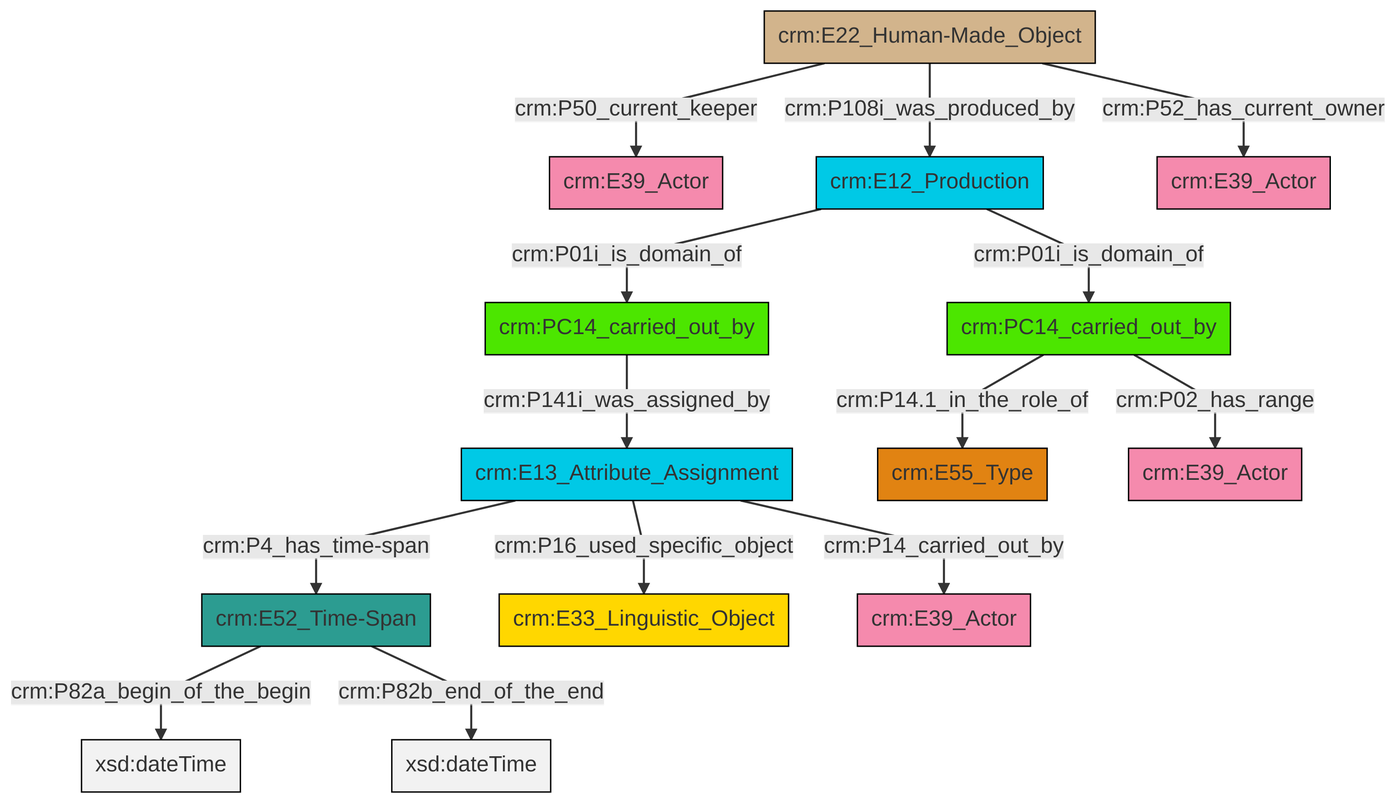
Before: et/carrierCSV/ttl/mmd/png/carrier_relations.png, a diagram exported from Mermaid (swiss-art-research-net/docs.swissartresearch). Its source is kept beside it as et/carrierCSV/ttl/mmd/carrier_relations.ttl.mmd.
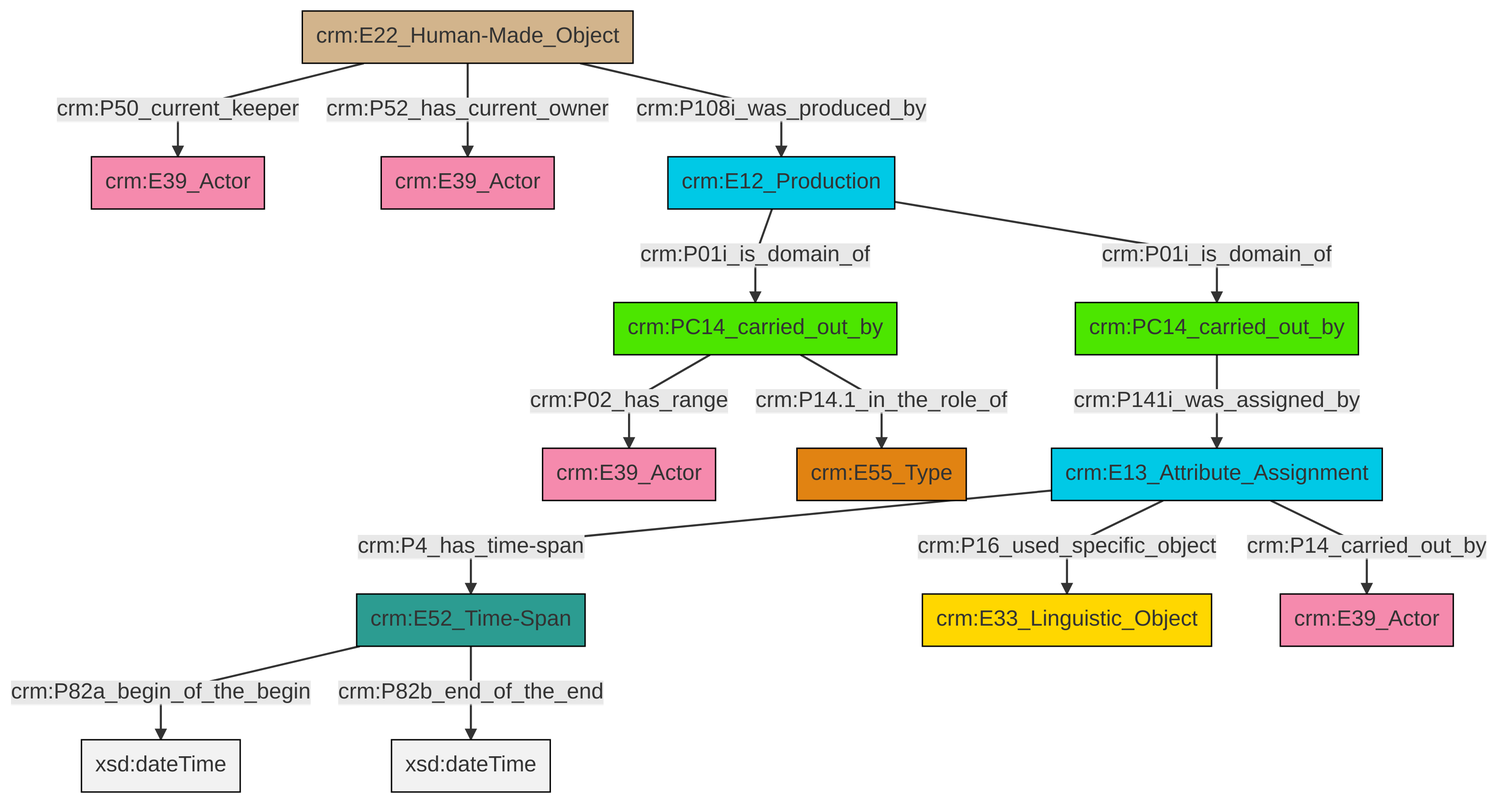
The same diagram one commit later.

What changed in the source:
```diff
@@ -13,16 +13,16 @@
 classDef PC_Classes fill:#4ce600, stroke:#000000;
 classDef Multi fill:#cccccc,stroke:#000000;
 
-2["crm:E52_Time-Span"]:::Time-Span -->|crm:P82a_begin_of_the_begin| 3[xsd:dateTime]:::Literal
-6["crm:E22_Human-Made_Object"]:::Physical_Thing -->|crm:P108i_was_produced_by| 7["crm:E12_Production"]:::Temporal_Entity
-2["crm:E52_Time-Span"]:::Time-Span -->|crm:P82b_end_of_the_end| 8[xsd:dateTime]:::Literal
-7["crm:E12_Production"]:::Temporal_Entity -->|crm:P01i_is_domain_of| 0["crm:PC14_carried_out_by"]:::PC_Classes
-9["crm:E13_Attribute_Assignment"]:::Temporal_Entity -->|crm:P16_used_specific_object| 10["crm:E33_Linguistic_Object"]:::Conceptual_Object
-6["crm:E22_Human-Made_Object"]:::Physical_Thing -->|crm:P50_current_keeper| 4["crm:E39_Actor"]:::Actor
-11["crm:PC14_carried_out_by"]:::PC_Classes -->|crm:P14.1_in_the_role_of| 12["crm:E55_Type"]:::Type
-11["crm:PC14_carried_out_by"]:::PC_Classes -->|crm:P02_has_range| 13["crm:E39_Actor"]:::Actor
-9["crm:E13_Attribute_Assignment"]:::Temporal_Entity -->|crm:P14_carried_out_by| 17["crm:E39_Actor"]:::Actor
-6["crm:E22_Human-Made_Object"]:::Physical_Thing -->|crm:P52_has_current_owner| 15["crm:E39_Actor"]:::Actor
-7["crm:E12_Production"]:::Temporal_Entity -->|crm:P01i_is_domain_of| 11["crm:PC14_carried_out_by"]:::PC_Classes
-0["crm:PC14_carried_out_by"]:::PC_Classes -->|crm:P141i_was_assigned_by| 9["crm:E13_Attribute_Assignment"]:::Temporal_Entity
-9["crm:E13_Attribute_Assignment"]:::Temporal_Entity -->|crm:P4_has_time-span| 2["crm:E52_Time-Span"]:::Time-Span
+0["crm:PC14_carried_out_by"]:::PC_Classes -->|crm:P02_has_range| 1["crm:E39_Actor"]:::Actor
+0["crm:PC14_carried_out_by"]:::PC_Classes -->|crm:P14.1_in_the_role_of| 2["crm:E55_Type"]:::Type
+5["crm:PC14_carried_out_by"]:::PC_Classes -->|crm:P141i_was_assigned_by| 6["crm:E13_Attribute_Assignment"]:::Temporal_Entity
+7["crm:E52_Time-Span"]:::Time-Span -->|crm:P82a_begin_of_the_begin| 8[xsd:dateTime]:::Literal
+14["crm:E12_Production"]:::Temporal_Entity -->|crm:P01i_is_domain_of| 0["crm:PC14_carried_out_by"]:::PC_Classes
+6["crm:E13_Attribute_Assignment"]:::Temporal_Entity -->|crm:P16_used_specific_object| 15["crm:E33_Linguistic_Object"]:::Conceptual_Object
+6["crm:E13_Attribute_Assignment"]:::Temporal_Entity -->|crm:P4_has_time-span| 7["crm:E52_Time-Span"]:::Time-Span
+7["crm:E52_Time-Span"]:::Time-Span -->|crm:P82b_end_of_the_end| 16[xsd:dateTime]:::Literal
+14["crm:E12_Production"]:::Temporal_Entity -->|crm:P01i_is_domain_of| 5["crm:PC14_carried_out_by"]:::PC_Classes
+20["crm:E22_Human-Made_Object"]:::Physical_Thing -->|crm:P108i_was_produced_by| 14["crm:E12_Production"]:::Temporal_Entity
+20["crm:E22_Human-Made_Object"]:::Physical_Thing -->|crm:P52_has_current_owner| 9["crm:E39_Actor"]:::Actor
+6["crm:E13_Attribute_Assignment"]:::Temporal_Entity -->|crm:P14_carried_out_by| 23["crm:E39_Actor"]:::Actor
+20["crm:E22_Human-Made_Object"]:::Physical_Thing -->|crm:P50_current_keeper| 3["crm:E39_Actor"]:::Actor
```
